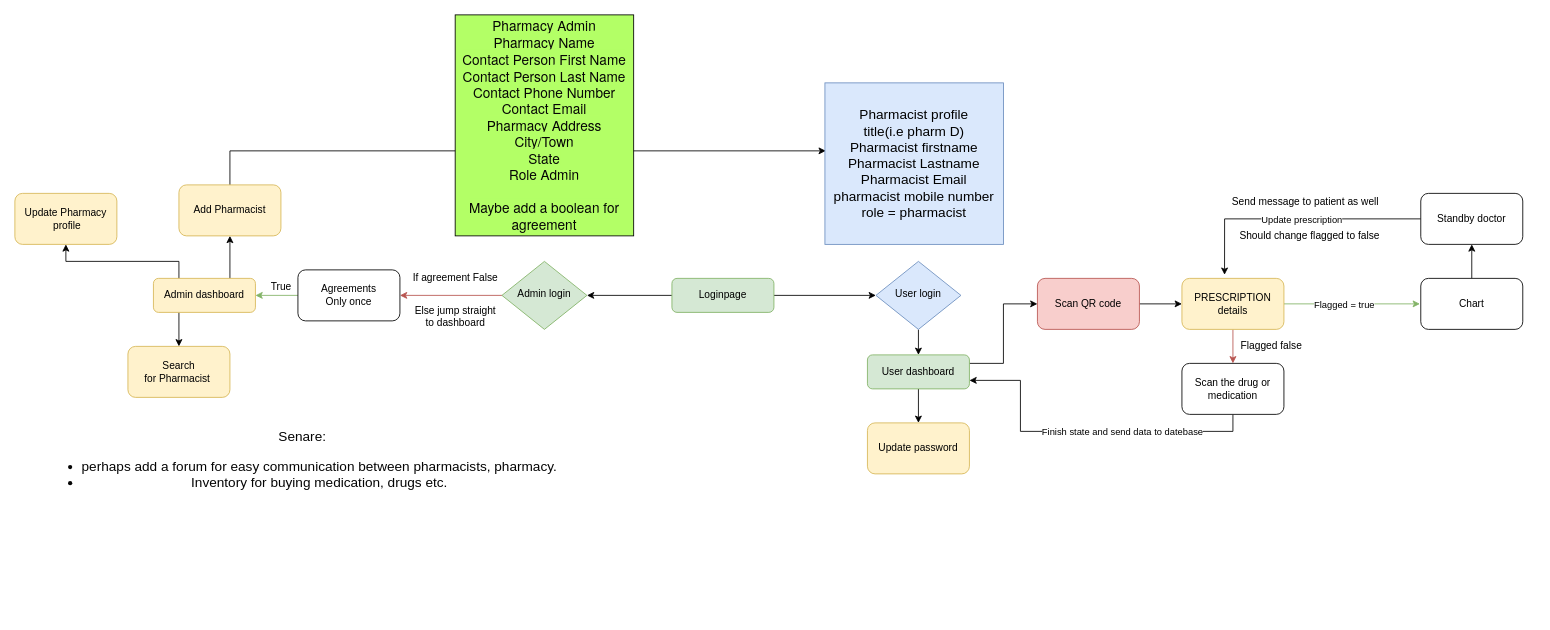
devopsw18/docs keeps this draw.io diagram as docs/ui/Untitled Diagram.drawio. Above is the earlier version. Source tidied: cells renumbered, new cells numbered last; positions are measured from the earlier drawing's top-left corner, leaving out a move shared by most shapes. Both pictures are drawn from the tidied source at 85%, with x=0, y=0 at pixel (14, 14).
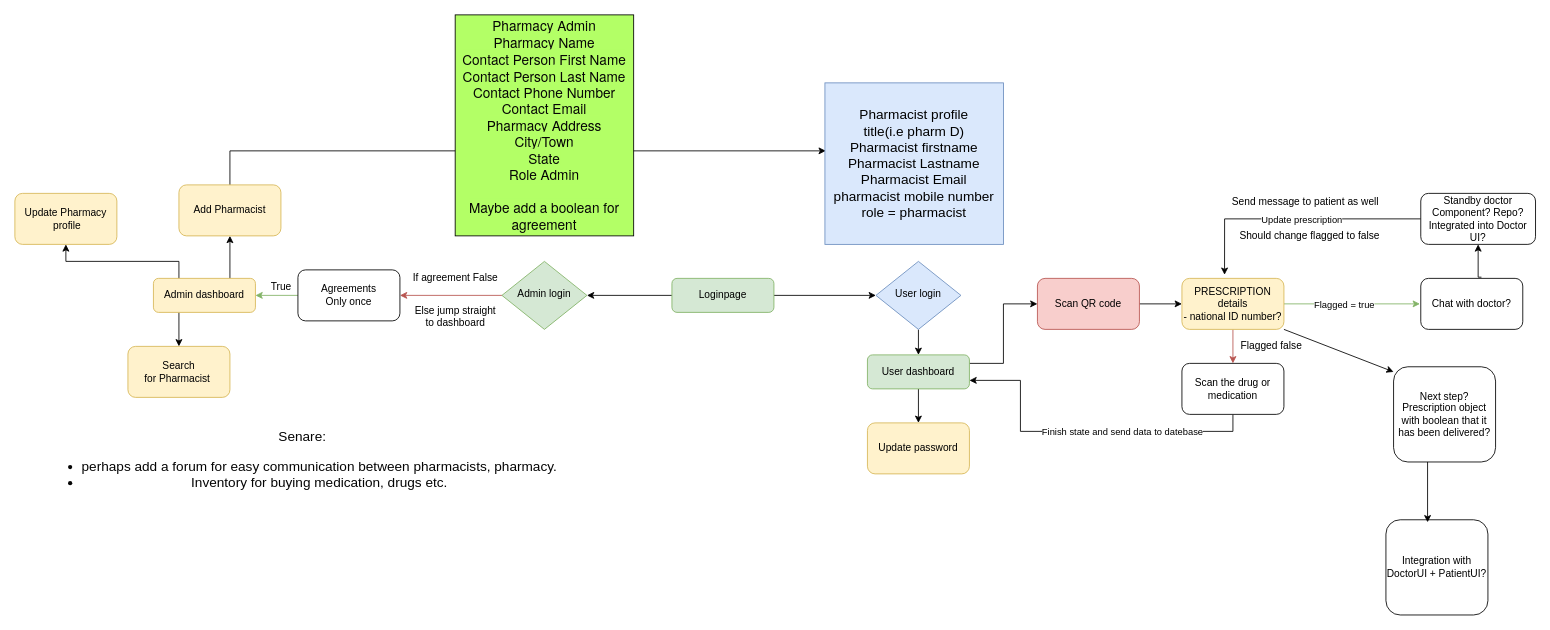
After the change.

The edit, as a diff of the source:
```diff
@@
-    <mxCell id="28" value="&lt;span&gt;&lt;/span&gt;&lt;span&gt;&lt;/span&gt;&lt;span&gt;PRESCRIPTION details&lt;/span&gt;" style="rounded=1;whiteSpace=wrap;html=1;fillColor=#fff2cc;strokeColor=#d6b656;" parent="1" vertex="1">
+    <mxCell id="28" value="&lt;div&gt;&lt;span&gt;&lt;/span&gt;&lt;span&gt;&lt;/span&gt;&lt;span&gt;PRESCRIPTION details&lt;/span&gt;&lt;/div&gt;&lt;div&gt;&lt;span&gt;- national ID number?&lt;br&gt;&lt;/span&gt;&lt;/div&gt;" style="rounded=1;whiteSpace=wrap;html=1;fillColor=#fff2cc;strokeColor=#d6b656;" parent="1" vertex="1">
       <mxGeometry x="1373" y="310" width="120" height="60" as="geometry" />
     </mxCell>
-    <mxCell id="29" style="edgeStyle=orthogonalEdgeStyle;rounded=0;jettySize=auto;html=1;exitX=0.5;exitY=0;exitDx=0;exitDy=0;entryX=0.5;entryY=1;entryDx=0;entryDy=0;" parent="1" edge="1" source="30" target="33">
+    <mxCell id="29" style="edgeStyle=orthogonalEdgeStyle;rounded=0;jettySize=auto;html=1;exitX=0.595;exitY=-0.023;exitDx=0;exitDy=0;entryX=0.5;entryY=1;entryDx=0;entryDy=0;exitPerimeter=0;" parent="1" edge="1" source="30" target="33">
       <mxGeometry relative="1" as="geometry" />
     </mxCell>
-    <mxCell id="30" value="Chart" style="rounded=1;whiteSpace=wrap;html=1;" parent="1" vertex="1">
+    <mxCell id="30" value="Chat with doctor?" style="rounded=1;whiteSpace=wrap;html=1;" parent="1" vertex="1">
       <mxGeometry x="1654" y="310" width="120" height="60" as="geometry" />
     </mxCell>
@@
-    <mxCell id="33" value="Standby doctor" style="rounded=1;whiteSpace=wrap;html=1;" parent="1" vertex="1">
-      <mxGeometry x="1654" y="210" width="120" height="60" as="geometry" />
+    <mxCell id="33" value="Standby doctor&lt;br&gt;Component? Repo?&lt;br&gt;Integrated into Doctor UI?" style="rounded=1;whiteSpace=wrap;html=1;" parent="1" vertex="1">
+      <mxGeometry x="1654" y="210" width="135" height="60" as="geometry" />
     </mxCell>
@@
+    <mxCell id="47" style="endArrow=classic;html=1;rounded=0;exitX=1;exitY=1;exitDx=0;exitDy=0;" parent="1" edge="1" source="28">
+      <mxGeometry relative="1" as="geometry">
+        <mxPoint x="1622" y="420" as="targetPoint" />
+      </mxGeometry>
+    </mxCell>
+    <mxCell id="48" value="Next step?&lt;br&gt;Prescription object with boolean that it has been delivered? " style="rounded=1;whiteSpace=wrap;html=1;" parent="1" vertex="1">
+      <mxGeometry x="1622" y="414" width="120" height="112" as="geometry" />
+    </mxCell>
+    <mxCell id="49" value="Integration with DoctorUI + PatientUI?" style="rounded=1;whiteSpace=wrap;html=1;" parent="1" vertex="1">
+      <mxGeometry x="1613" y="594" width="120" height="112" as="geometry" />
+    </mxCell>
+    <mxCell id="50" style="endArrow=classic;html=1;rounded=0;" parent="1" edge="1">
+      <mxGeometry relative="1" as="geometry">
+        <mxPoint x="1662" y="526" as="sourcePoint" />
+        <mxPoint x="1662" y="597" as="targetPoint" />
+      </mxGeometry>
+    </mxCell>
```
